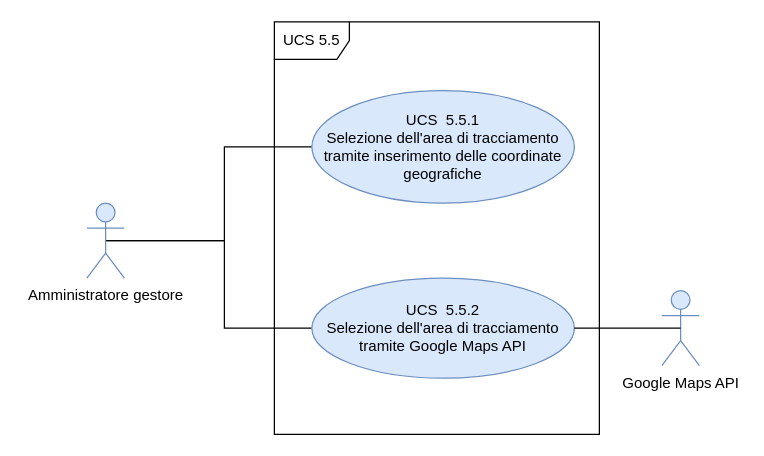
qb-team/Stalker-Documentazione keeps this draw.io diagram as DocumentazioneEsterna/AnalisiDeiRequisiti/Sezioni/UseCase/draw.io/UC SERVER/5.5.drawio. Above is the earlier version. Source tidied: cells renumbered, new cells numbered last; positions are measured from the earlier drawing's top-left corner, leaving out a move shared by most shapes. Both pictures are drawn from the tidied source at 125%, with x=0, y=0 at pixel (86, 21).
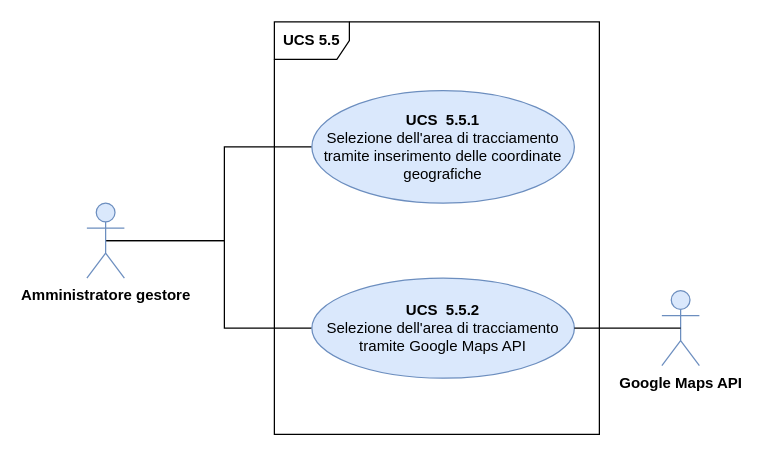
The same diagram, later.

Change to the diagram source:
```diff
@@
 <mxGraphModel>
   <root>
     <mxCell id="0" />
     <mxCell id="1" parent="0" />
-    <mxCell id="2" value="UCS 5.5" style="shape=umlFrame;whiteSpace=wrap;html=1;" parent="1" vertex="1">
+    <mxCell id="2" value="&lt;b&gt;UCS 5.5&lt;/b&gt;" style="shape=umlFrame;whiteSpace=wrap;html=1;" parent="1" vertex="1">
       <mxGeometry x="150" width="260" height="330" as="geometry" />
     </mxCell>
     <mxCell id="3" style="edgeStyle=orthogonalEdgeStyle;rounded=0;jettySize=auto;html=1;exitX=0.5;exitY=0.5;exitDx=0;exitDy=0;exitPerimeter=0;entryX=0;entryY=0.5;entryDx=0;entryDy=0;endArrow=none;endFill=0;" parent="1" edge="1" source="5" target="6">
       <mxGeometry relative="1" as="geometry">
         <Array as="points">
           <mxPoint x="110" y="175" />
           <mxPoint x="110" y="100" />
         </Array>
       </mxGeometry>
     </mxCell>
     <mxCell id="4" style="edgeStyle=orthogonalEdgeStyle;rounded=0;jettySize=auto;html=1;exitX=0.5;exitY=0.5;exitDx=0;exitDy=0;exitPerimeter=0;entryX=0;entryY=0.5;entryDx=0;entryDy=0;endArrow=none;endFill=0;" parent="1" edge="1" source="5" target="7">
       <mxGeometry relative="1" as="geometry">
         <Array as="points">
           <mxPoint x="110" y="175" />
           <mxPoint x="110" y="245" />
         </Array>
       </mxGeometry>
     </mxCell>
-    <mxCell id="5" value="Amministratore gestore" style="shape=umlActor;verticalLabelPosition=bottom;labelBackgroundColor=#ffffff;verticalAlign=top;html=1;fillColor=#dae8fc;strokeColor=#6c8ebf;" parent="1" vertex="1">
+    <mxCell id="5" value="&lt;b&gt;Amministratore gestore&lt;/b&gt;" style="shape=umlActor;verticalLabelPosition=bottom;labelBackgroundColor=#ffffff;verticalAlign=top;html=1;fillColor=#dae8fc;strokeColor=#6c8ebf;" parent="1" vertex="1">
       <mxGeometry y="145" width="30" height="60" as="geometry" />
     </mxCell>
-    <mxCell id="6" value="UCS&amp;nbsp; 5.5.1&lt;br&gt;Selezione dell'area di tracciamento tramite inserimento delle coordinate geografiche" style="ellipse;whiteSpace=wrap;html=1;fillColor=#dae8fc;strokeColor=#6c8ebf;" parent="1" vertex="1">
+    <mxCell id="6" value="&lt;b&gt;UCS&amp;nbsp; 5.5.1&lt;br&gt;&lt;/b&gt;Selezione dell'area di tracciamento tramite inserimento delle coordinate geografiche" style="ellipse;whiteSpace=wrap;html=1;fillColor=#dae8fc;strokeColor=#6c8ebf;" parent="1" vertex="1">
       <mxGeometry x="180" y="55" width="210" height="90" as="geometry" />
     </mxCell>
-    <mxCell id="7" value="UCS&amp;nbsp; 5.5.2&lt;br&gt;Selezione dell'area di tracciamento tramite Google Maps API" style="ellipse;whiteSpace=wrap;html=1;fillColor=#dae8fc;strokeColor=#6c8ebf;" parent="1" vertex="1">
+    <mxCell id="7" value="&lt;b&gt;UCS&amp;nbsp; 5.5.2&lt;br&gt;&lt;/b&gt;Selezione dell'area di tracciamento tramite Google Maps API" style="ellipse;whiteSpace=wrap;html=1;fillColor=#dae8fc;strokeColor=#6c8ebf;" parent="1" vertex="1">
       <mxGeometry x="180" y="205" width="210" height="80" as="geometry" />
     </mxCell>
-    <mxCell id="8" value="Google Maps API" style="shape=umlActor;verticalLabelPosition=bottom;labelBackgroundColor=#ffffff;verticalAlign=top;html=1;outlineConnect=0;fillColor=#dae8fc;strokeColor=#6c8ebf;" parent="1" vertex="1">
+    <mxCell id="8" value="&lt;b&gt;Google Maps API&lt;/b&gt;" style="shape=umlActor;verticalLabelPosition=bottom;labelBackgroundColor=#ffffff;verticalAlign=top;html=1;outlineConnect=0;fillColor=#dae8fc;strokeColor=#6c8ebf;" parent="1" vertex="1">
       <mxGeometry x="460" y="215" width="30" height="60" as="geometry" />
     </mxCell>
     <mxCell id="9" style="endArrow=none;html=1;exitX=1;exitY=0.5;exitDx=0;exitDy=0;entryX=0.5;entryY=0.5;entryDx=0;entryDy=0;entryPerimeter=0;" parent="1" edge="1" source="7" target="8">
       <mxGeometry relative="1" as="geometry" />
     </mxCell>
   </root>
 </mxGraphModel>
```
